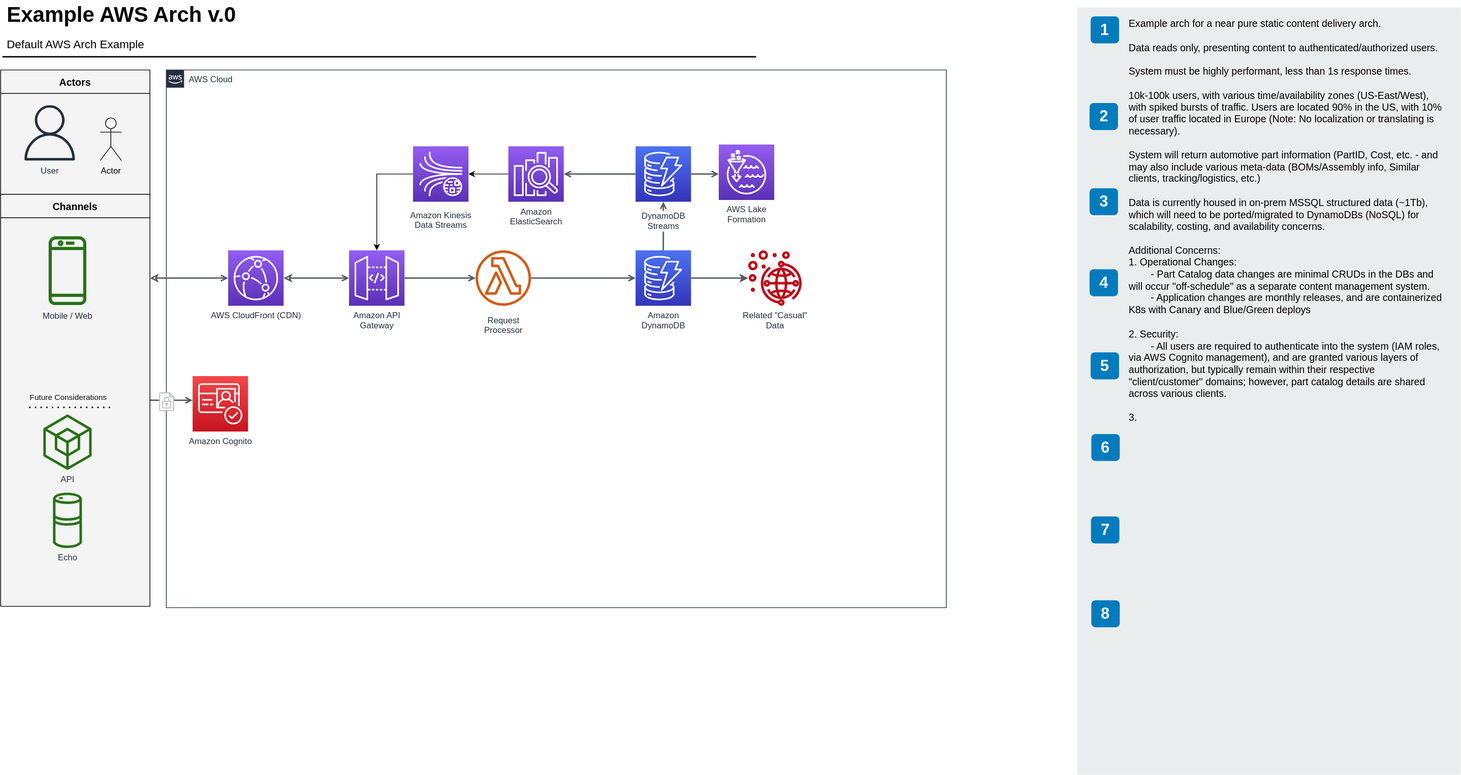
Earlier version of the draw.io export Sample Parts Catalog.svg (pvarga00/Arch-Design-Notes). Source tidied: cells renumbered, new cells last; positions are measured from the earlier drawing's top-left corner, leaving out a move shared by most shapes.
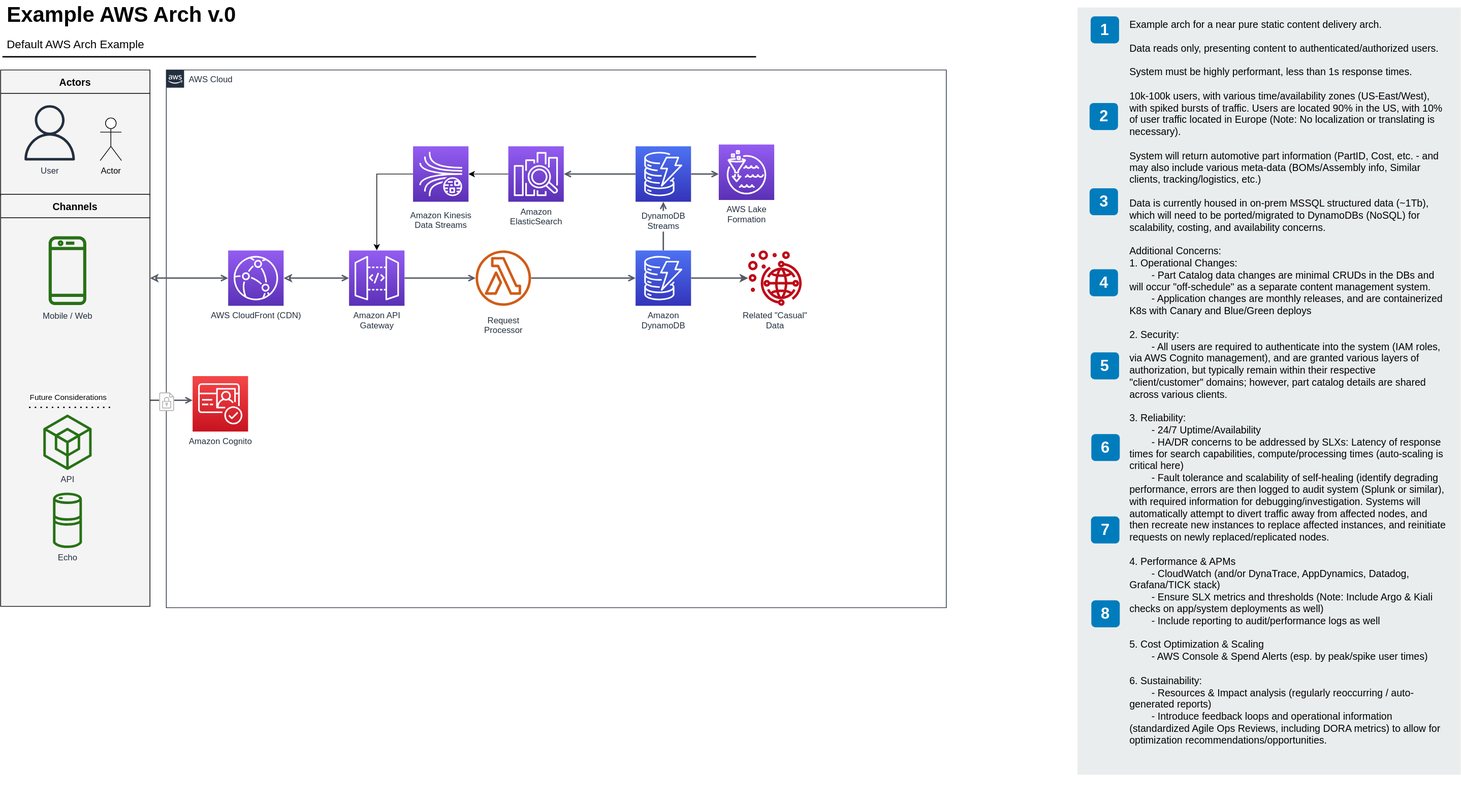
The same file after the commit.

What changed in the source:
```diff
@@ -85,8 +85,8 @@
     <mxCell id="28" style="line;strokeWidth=2;html=1;fontSize=14;labelBackgroundColor=none;" parent="1" vertex="1">
       <mxGeometry x="2.5" y="75.5" width="1060" height="10" as="geometry" />
     </mxCell>
-    <mxCell id="29" value="&lt;span&gt;Example arch for a near pure static content delivery arch.&lt;br&gt;&lt;br&gt;Data reads only, presenting content to authenticated/authorized users.&amp;nbsp;&lt;br&gt;&lt;br&gt;System must be highly performant, less than 1s response times.&lt;br&gt;&lt;br&gt;10k-100k users, with various time/availability zones (US-East/West), with spiked bursts of traffic. Users are located 90% in the US, with 10% of user traffic located in Europe (Note: No localization or translating is necessary).&lt;br&gt;&lt;br&gt;System will return automotive part information (PartID, Cost, etc. - and may also include various meta-data (BOMs/Assembly info, Similar clients, tracking/logistics, etc.)&lt;br&gt;&lt;br&gt;Data is currently housed in on-prem MSSQL structured data (~1Tb), which will need to be ported/migrated to DynamoDBs (NoSQL) for scalability, costing, and availability concerns.&lt;br&gt;&lt;br&gt;Additional Concerns:&lt;br&gt;1. Operational Changes:&lt;br&gt;&lt;span style=&quot;white-space: pre;&quot;&gt;&#9;&lt;/span&gt;- Part Catalog data changes are minimal CRUDs in the DBs and will occur &quot;off-schedule&quot; as a separate content management system.&lt;br&gt;&lt;span style=&quot;white-space: pre;&quot;&gt;&#9;&lt;/span&gt;- Application changes are monthly releases, and are containerized K8s with Canary and Blue/Green deploys&lt;br&gt;&lt;br&gt;2. Security:&amp;nbsp;&lt;br&gt;&lt;span style=&quot;white-space: pre;&quot;&gt;&#9;&lt;/span&gt;- All users are required to authenticate into the system (IAM roles, via AWS Cognito management), and are granted various layers of authorization, but typically remain within their respective &quot;client/customer&quot; domains; however, part catalog details are shared across various clients.&lt;br&gt;&lt;br&gt;3.&amp;nbsp;&lt;br&gt;&lt;/span&gt;" style="text;html=1;align=left;verticalAlign=top;spacingTop=-4;fontSize=14;labelBackgroundColor=none;whiteSpace=wrap;" parent="1" vertex="1">
-      <mxGeometry x="1584.5" y="23" width="449" height="741" as="geometry" />
+    <mxCell id="29" value="&lt;span&gt;Example arch for a near pure static content delivery arch.&lt;br&gt;&lt;br&gt;Data reads only, presenting content to authenticated/authorized users.&amp;nbsp;&lt;br&gt;&lt;br&gt;System must be highly performant, less than 1s response times.&lt;br&gt;&lt;br&gt;10k-100k users, with various time/availability zones (US-East/West), with spiked bursts of traffic. Users are located 90% in the US, with 10% of user traffic located in Europe (Note: No localization or translating is necessary).&lt;br&gt;&lt;br&gt;System will return automotive part information (PartID, Cost, etc. - and may also include various meta-data (BOMs/Assembly info, Similar clients, tracking/logistics, etc.)&lt;br&gt;&lt;br&gt;Data is currently housed in on-prem MSSQL structured data (~1Tb), which will need to be ported/migrated to DynamoDBs (NoSQL) for scalability, costing, and availability concerns.&lt;br&gt;&lt;br&gt;Additional Concerns:&lt;br&gt;1. Operational Changes:&lt;br&gt;&lt;span style=&quot;white-space: pre;&quot;&gt;&#9;&lt;/span&gt;- Part Catalog data changes are minimal CRUDs in the DBs and will occur &quot;off-schedule&quot; as a separate content management system.&lt;br&gt;&lt;span style=&quot;white-space: pre;&quot;&gt;&#9;&lt;/span&gt;- Application changes are monthly releases, and are containerized K8s with Canary and Blue/Green deploys&lt;br&gt;&lt;br&gt;2. Security:&amp;nbsp;&lt;br&gt;&lt;span style=&quot;white-space: pre;&quot;&gt;&#9;&lt;/span&gt;- All users are required to authenticate into the system (IAM roles, via AWS Cognito management), and are granted various layers of authorization, but typically remain within their respective &quot;client/customer&quot; domains; however, part catalog details are shared across various clients.&lt;br&gt;&lt;br&gt;3. Reliability:&lt;br&gt;&lt;span style=&quot;white-space: pre;&quot;&gt;&#9;&lt;/span&gt;- 24/7 Uptime/Availability&lt;br&gt;&lt;span style=&quot;white-space: pre;&quot;&gt;&#9;&lt;/span&gt;- HA/DR concerns to be addressed by SLXs: Latency of response times for search capabilities, compute/processing times (auto-scaling is critical here)&lt;br&gt;&lt;span style=&quot;white-space: pre;&quot;&gt;&#9;&lt;/span&gt;- Fault tolerance and scalability of self-healing (identify degrading performance, errors are then logged to audit system (Splunk or similar), with required information for debugging/investigation. Systems will automatically attempt to divert traffic away from affected nodes, and then recreate new instances to replace affected instances, and reinitiate requests on newly replaced/replicated nodes.&lt;br&gt;&lt;br&gt;4. Performance &amp;amp; APMs&lt;br&gt;&lt;span style=&quot;white-space: pre;&quot;&gt;&#9;&lt;/span&gt;- CloudWatch (and/or DynaTrace, AppDynamics, Datadog, Grafana/TICK stack)&lt;br&gt;&lt;span style=&quot;white-space: pre;&quot;&gt;&#9;&lt;/span&gt;- Ensure SLX metrics and thresholds (Note: Include Argo &amp;amp; Kiali checks on app/system deployments as well)&lt;br&gt;&lt;span style=&quot;white-space: pre;&quot;&gt;&#9;&lt;/span&gt;- Include reporting to audit/performance logs as well&lt;br&gt;&lt;br&gt;5. Cost Optimization &amp;amp; Scaling&lt;br&gt;&lt;span style=&quot;white-space: pre;&quot;&gt;&#9;&lt;/span&gt;- AWS Console &amp;amp; Spend Alerts (esp. by peak/spike user times)&lt;br&gt;&lt;br&gt;6. Sustainability:&lt;br&gt;&lt;span style=&quot;white-space: pre;&quot;&gt;&#9;&lt;/span&gt;- Resources &amp;amp; Impact analysis (regularly reoccurring / auto-generated reports)&lt;br&gt;&lt;span style=&quot;white-space: pre;&quot;&gt;&#9;&lt;/span&gt;- Introduce feedback loops and operational information (standardized Agile Ops Reviews, including DORA metrics) to allow for optimization recommendations/opportunities.&lt;br&gt;&lt;br&gt;&lt;br&gt;&lt;br&gt;&lt;br&gt;&lt;br&gt;&lt;/span&gt;" style="text;html=1;align=left;verticalAlign=top;spacingTop=-4;fontSize=14;labelBackgroundColor=none;whiteSpace=wrap;" parent="1" vertex="1">
+      <mxGeometry x="1585.5" y="24" width="449" height="1040" as="geometry" />
     </mxCell>
     <mxCell id="30" value="Actors" style="swimlane;fontSize=14;align=center;swimlaneFillColor=#f4f4f4;fillColor=#f4f4f4;startSize=33;" parent="1" vertex="1">
       <mxGeometry y="99" width="210" height="177" as="geometry" />
```
